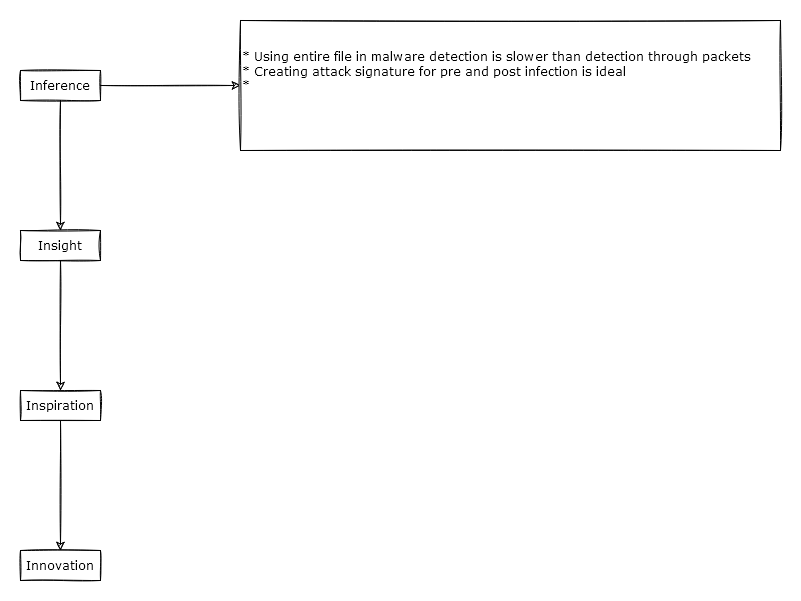
Above: Chart 2.png in Nobel-CS/packet_testing (draw.io), before the change. Source tidied: cells renumbered, new cells last; positions are measured from the earlier drawing's top-left corner, leaving out a move shared by most shapes.
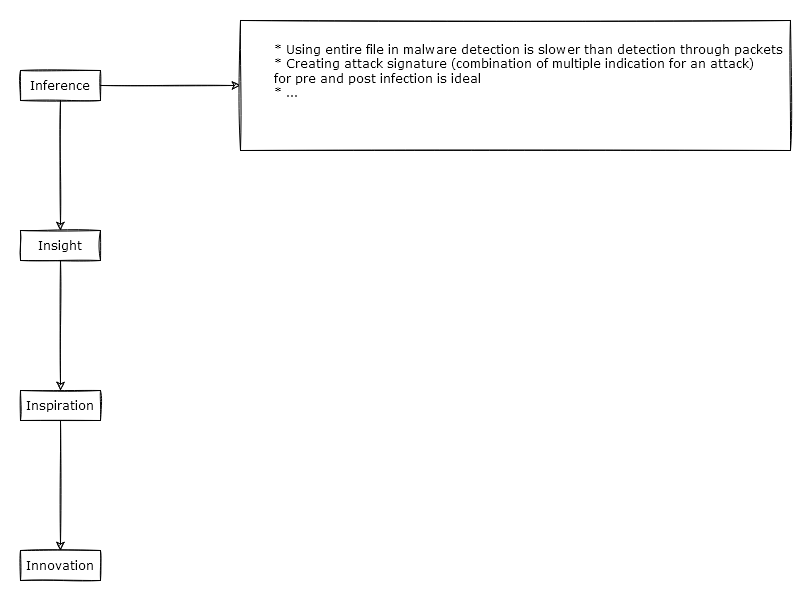
The same diagram one commit later.

Diff of the diagram source:
```diff
@@ -26,8 +26,8 @@
     <mxCell id="9" value="Innovation" style="text;html=1;strokeColor=default;fillColor=default;align=center;verticalAlign=middle;whiteSpace=wrap;rounded=0;strokeWidth=1;perimeterSpacing=0;sketch=1;fontFamily=Verdana;fontSize=12;shadow=0;" parent="1" vertex="1">
       <mxGeometry y="530" width="80" height="30" as="geometry" />
     </mxCell>
-    <mxCell id="10" value="&lt;div align=&quot;left&quot;&gt;* Using entire file in malware detection is slower than detection through packets&lt;/div&gt;&lt;div align=&quot;left&quot;&gt;* Creating attack signature for pre and post infection is ideal&lt;/div&gt;&lt;div align=&quot;left&quot;&gt;* &lt;br&gt;&lt;/div&gt;&lt;div align=&quot;left&quot;&gt;&lt;br&gt;&lt;/div&gt;&lt;div align=&quot;justify&quot;&gt;&lt;br&gt;&lt;/div&gt;" style="text;html=1;strokeColor=default;fillColor=default;align=left;verticalAlign=middle;whiteSpace=wrap;rounded=0;strokeWidth=1;perimeterSpacing=0;sketch=1;fontFamily=Verdana;fontSize=12;shadow=0;" parent="1" vertex="1">
-      <mxGeometry x="220" width="540" height="130" as="geometry" />
+    <mxCell id="10" value="&lt;div align=&quot;left&quot;&gt;&lt;span style=&quot;white-space: pre;&quot;&gt;&#9;&lt;/span&gt;* Using entire file in malware detection is slower than detection through packets&lt;/div&gt;&lt;div align=&quot;left&quot;&gt;&lt;span style=&quot;white-space: pre;&quot;&gt;&#9;&lt;/span&gt;* Creating attack signature (combination of multiple indication for an attack) &lt;br&gt;&lt;/div&gt;&lt;div align=&quot;left&quot;&gt;&lt;span style=&quot;white-space: pre;&quot;&gt;&#9;&lt;/span&gt;for pre and post infection is ideal&lt;/div&gt;&lt;div align=&quot;left&quot;&gt;&lt;span style=&quot;white-space: pre;&quot;&gt;&#9;&lt;/span&gt;* ...&lt;br&gt;&lt;/div&gt;&lt;div align=&quot;left&quot;&gt;&lt;br&gt;&lt;/div&gt;&lt;div align=&quot;justify&quot;&gt;&lt;br&gt;&lt;/div&gt;" style="text;html=1;strokeColor=default;fillColor=default;align=left;verticalAlign=middle;whiteSpace=wrap;rounded=0;strokeWidth=1;perimeterSpacing=0;sketch=1;fontFamily=Verdana;fontSize=12;shadow=0;" parent="1" vertex="1">
+      <mxGeometry x="220" width="550" height="130" as="geometry" />
     </mxCell>
   </root>
 </mxGraphModel>
```
